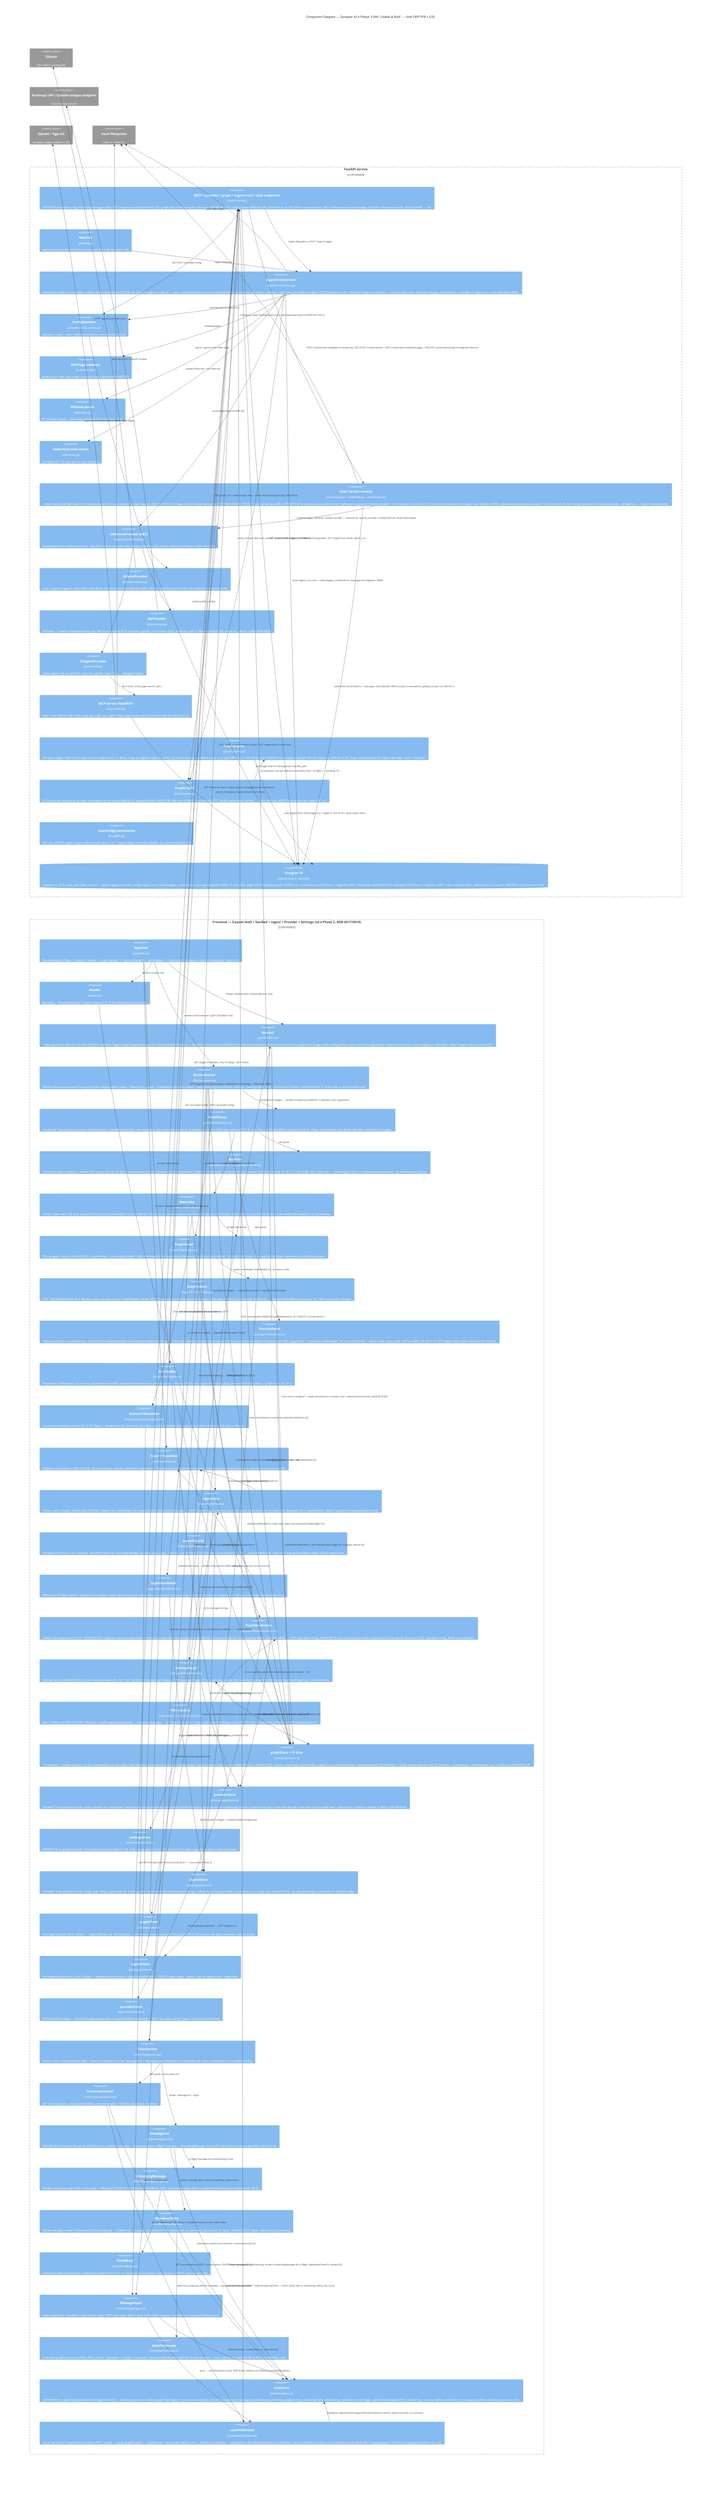
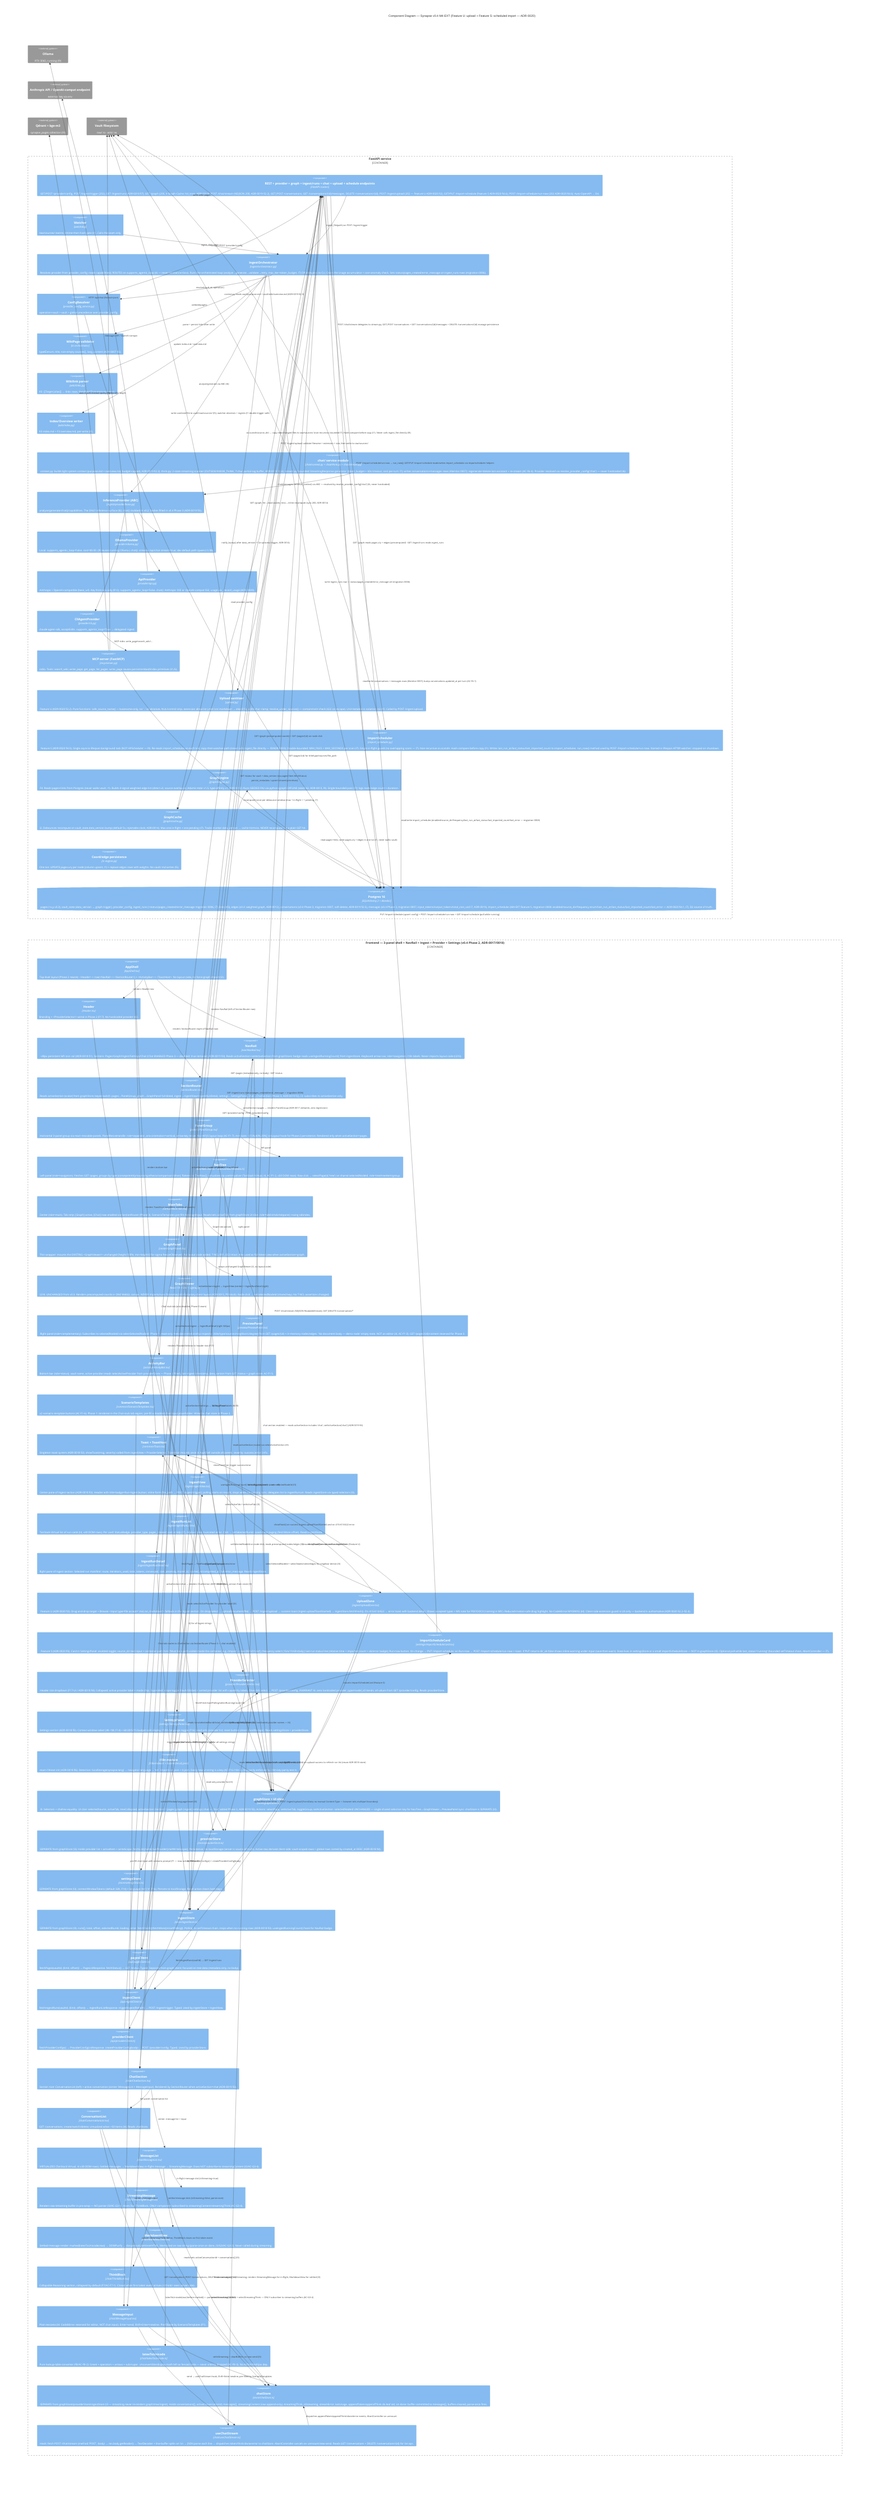
C4Component
-     %% <!-- Generated: v0.4 sprint 4 Phase 3 | 2026-06-28 -->
+     %% <!-- Generated: v0.4 sprint 4 M4-EXT | 2026-06-28 -->
    %% v0.3: F4 graph engine + I2 cache + GET /graph + thin sigma viewer (ADR-0013/14/15/16).
    %% v0.4 Phase 1: F1 three-panel shell (ADR-0017). AppShell wraps all panels; GraphPanel
    %% wraps the UNCHANGED GraphViewer (T-NCL-001..022 intact, I2); NavTree + PreviewPanel
    %% share the single selectedNodeId key via graphStore UI slice (I3); all long lists
    %% virtualized (TanStack Virtual, I4); no client-side layout code added (I2).
    %% v0.4 Phase 2 (ADR-0018): NavRail top-level mode switcher + SectionRouter; IngestView
    %% + IngestRunList + IngestRunDetail (GET /ingest/runs + POST /ingest/trigger);
    %% ProviderSelector (F17-UI); SettingsPanel (F14+F16); Toast; i18n module;
    %% providerStore + settingsStore + ingestStore (separate from graphStore — I3).
    %% Backend: migration 0006 adds status/pages_created/error_message to ingest_runs.
    %% v0.4 Phase 3 (ADR-0019): Chat section enabled. Backend: chat/ module (context.py +
    %% think.py + stream.py); POST /chat/stream (NDJSON StreamingResponse); GET|POST
    %% /conversations + GET /conversations/{id}/messages + DELETE /conversations/{id};
    %% Alembic 0007 adds conversations+messages tables (I7 per-message cost cols). OllamaProvider
    %% and ApiProvider chat() bodies implemented (OllamaProvider is the live dev path).
    %% CliAgentProvider.chat() remains NotImplementedError (documented, not faked — ADR-0019 §5).
    %% Frontend: ChatSection (SectionRouter activeSection=chat), ConversationList, MessageList
    %% (TanStack Virtual ≤30 DOM I4), StreamingMessage (raw pre-wrap NO parser I3),
    %% MarkdownView (parse-once on done — I3/G3), ThinkBlock (collapsed F7), MessageInput
    %% (plain textarea I4), latexToUnicode (F8), chatStore (SEPARATE from graphStore — I3),
    %% useChatStream hook (fetch POST /chat/stream NDJSON ReadableStream). NavRail chat item
    %% ENABLED; Section type gains "chat"; graphStore.activeSection can now = "chat".
-     title Component Diagram — Synapse v0.4 Phase 3 (M4 "Usable & fluid" — chat F6/F7/F8 + G3)
+     %% v0.4 M4-EXT (ADR-0020): Feature U + Feature S. Backend: POST /ingest/upload (multipart,
+     %% 202, basename-only sanitizer, text/markdown only v0.4, 413/415/422 gates — upload.py);
+     %% import_schedules table (Alembic 0008: enabled/source_dir/frequency/last_run_at/
+     %% last_status/last_imported_count/last_error); ImportScheduler (asyncio lifespan task,
+     %% NOT APScheduler — I9; single in-flight, MAX_FILES+MAX_SECONDS — I7; copy→watcher ingest
+     %% — I1/I9); GET/PUT /import-schedule + POST /import-schedule/run-now.
+     %% Frontend: UploadZone in IngestView (drag-drop + browse; 415/413/422 toasts; run-list
+     %% refresh); ImportScheduleCard in SettingsPanel (enabled toggle, source_dir container-path
+     %% input + dir_ok warning, frequency select, last-run status, Run-now button). i18n en/it
+     %% parity (ingest.upload* + settings.import.* namespaces).
+     title Component Diagram — Synapse v0.4 M4-EXT (Feature U: upload + Feature S: scheduled import — ADR-0020)

    Container_Boundary(api, "FastAPI service") {
-         Component(rest, "REST + provider + graph + ingest/runs + chat endpoints", "FastAPI routers", "GET/POST /provider/config, POST /ingest/trigger (202), GET /ingest/runs (ADR-0018 §7), GET /graph (200, X-Graph-Cache: hit|miss, ADR-0014), POST /chat/stream (NDJSON 200, ADR-0019 §2.2), GET|POST /conversations, GET /conversations/{id}/messages, DELETE /conversations/{id}. Auto OpenAPI → D4.")
+         Component(rest, "REST + provider + graph + ingest/runs + chat + upload + schedule endpoints", "FastAPI routers", "GET/POST /provider/config, POST /ingest/trigger (202), GET /ingest/runs (ADR-0018 §7), GET /graph (200, X-Graph-Cache: hit|miss, ADR-0014), POST /chat/stream (NDJSON 200, ADR-0019 §2.2), GET|POST /conversations, GET /conversations/{id}/messages, DELETE /conversations/{id}, POST /ingest/upload (202 — Feature U ADR-0020 §2), GET/PUT /import-schedule (Feature S ADR-0020 §4.6), POST /import-schedule/run-now (202 ADR-0020 §4.6). Auto OpenAPI → D4.")
        Component(watcher, "Watcher", "watchdog", "raw/sources/ events; mtime-then-hash gate (I1). Calls the seam only.")
        Component(orch, "IngestOrchestrator", "ingest/orchestrator.py", "Resolves provider from provider_config; reads capabilities(); ROUTES on supports_agentic_loop (I6 — never isinstance/class). Runs the orchestrated loop (analyze→generate→validate→retry, max_iter+token_budget, I7) OR delegates to CLI. Owns the Usage accumulator + cost-anomaly check. Sets status/pages_created/error_message on ingest_runs rows (migration 0006).")
        Component(resolver, "ConfigResolver", "provider_config_service.py", "operation+vault > vault > global precedence over provider_config.")
        Component(validator, "WikiPage validator", "in orchestrator", "type∈enum, title, non-empty sources[], lang, content (ADR-0007 §5).")
        Component(k5, "Wikilink parser", "wiki/links.py", "K5: [[Target|alias]] → links rows; dangling=True warn-not-error.")
        Component(k3, "Index/Overview writer", "wiki/index.py", "K3 index.md + F3 overview.md, per-write (I1).")
        Component(chatmod, "chat/ service module", "chat/context.py + chat/think.py + chat/stream.py", "context.py: builds light system context (purpose.md + overview.md, budget-capped, ADR-0019 §2.3). think.py: 2-state streaming scanner (OUTSIDE/INSIDE_THINK, 7-char partial-tag buffer, ADR-0019 §2.4). stream.py: bounded StreamingResponse generator (token_budget + 60s timeout, cost per-turn I7); writes conversations+messages rows (Alembic 0007); regenerate=delete-last-assistant + re-stream (AC-F6-4). Provider resolved via resolve_provider_config('chat') — never hardcoded (I6).")
        Component(prov, "InferenceProvider (ABC)", "ingest/provider/base.py", "analyze/generate/chat()/capabilities. The ONLY inference surface (I6). chat() stubbed in v0.2; bodies filled in v0.4 Phase 3 (ADR-0019 §5).")
        Component(ollama, "OllamaProvider", "provider/ollama.py", "Local. supports_agentic_loop=False. cost=$0.00. (I9 reuses running Ollama.) chat(): streams /api/chat stream=true; dev default path (qwen2.5:3b).")
        Component(apip, "ApiProvider", "provider/api.py", "Anthropic / OpenAI-compatible (base_url). Key from env only (§12). supports_agentic_loop=False. chat(): Anthropic SSE or OpenAI-compat SSE; usage via _record_usage (ADR-0009).")
        Component(clip, "CliAgentProvider", "provider/cli.py", "claude-agent-sdk, acceptEdits. supports_agentic_loop=True → delegated ingest.")
        Component(mcp, "MCP server (FastMCP)", "mcp/server.py", "stdio. Tools: search_wiki, write_page, get_page, list_pages. write_page reuses persist/embed/index primitives (I1,I5).")
+         Component(uploadsanitizer, "Upload sanitizer", "upload.py", "Feature U (ADR-0020 §2.2). Pure functions: safe_source_name() — basename-only, no '..' or absolute, NUL/control strip, extension allow-list (.md/.txt/.markdown → else 415), ≤200-char clamp; resolve_under_sources() — containment-check (422 on escape). Unit-testable in isolation; no I/O. Called by POST /ingest/upload.")
+         Component(importscheduler, "ImportScheduler", "import_scheduler.py", "Feature S (ADR-0020 §4.5). Single asyncio lifespan background task (NOT APScheduler — I9). Re-reads import_schedules on each tick; copy-then-watcher path (never calls ingest_file directly — I9/ADR-0003). Double-bounded: MAX_FILES + MAX_SECONDS per scan (I7). Single in-flight guard (no overlapping scans — I7). Non-recursive os.scandir. Hash-compare before copy (I1). Writes last_run_at/last_status/last_imported_count to import_schedules. run_now() method used by POST /import-schedule/run-now. Started in lifespan AFTER watcher; stopped on shutdown.")
        Component(gengine, "GraphEngine", "graph/engine.py", "F4. Reads pages+links from Postgres (never walks vault, I1). Builds 4-signal weighted edge list (direct x3, source-overlap x4, Adamic-Adar x1.5, type-affinity x1; ADR-0012). Runs SEEDED FA2 via python-igraph OFFLINE (seed=42, ADR-0013, I9). Single bounded pass (I7); logs node/edge count + duration.")
        Component(gcache, "GraphCache", "graph/cache.py", "I2. Debounces recompute on vault_state.data_version bump (default 5s, injectable clock; ADR-0014). Max one in-flight + one pending (I7). Tracks marker data_version → cache hit/miss. NEVER recomputes on a plain GET hit.")
        Component(gpersist, "Coord/edge persistence", "in engine.py", "One txn: UPDATE pages.x/y per node (column upsert, I1) + replace edges rows with weights. No vault/.md writes (I5).")
-         ComponentDb(pg, "Postgres 16", "SQLAlchemy 2 + Alembic", "pages (+x,y v0.3), vault_state (data_version → graph trigger), provider_config, ingest_runs (+status/pages_created/error_message migration 0006, I7), links (K5), edges (v0.3: weighted graph, ADR-0012), conversations (v0.4 Phase 3, migration 0007, soft-delete, ADR-0019 §2.5), messages (v0.4 Phase 3, migration 0007, input_tokens/output_tokens/total_cost_usd I7, ADR-0019). D2 source of truth.")
+         ComponentDb(pg, "Postgres 16", "SQLAlchemy 2 + Alembic", "pages (+x,y v0.3), vault_state (data_version → graph trigger), provider_config, ingest_runs (+status/pages_created/error_message migration 0006, I7), links (K5), edges (v0.3: weighted graph, ADR-0012), conversations (v0.4 Phase 3, migration 0007, soft-delete, ADR-0019 §2.5), messages (v0.4 Phase 3, migration 0007, input_tokens/output_tokens/total_cost_usd I7, ADR-0019), import_schedules (M4-EXT Feature S, migration 0008: enabled/source_dir/frequency enum/last_run_at/last_status/last_imported_count/last_error — ADR-0020 §4.1, I7). D2 source of truth.")
    }

    Container_Boundary(fe, "Frontend — 3-panel shell + NavRail + Ingest + Provider + Settings (v0.4 Phase 2, ADR-0017/0018)") {
        Component(appshell, "AppShell", "AppShell.tsx", "Top-level layout (Phase 2 rewire): <Header> + row(<NavRail> + <SectionRouter>) + <ActivityBar> + <ToastHost>. No layout code, no force-graph import (I2).")
        Component(header, "Header", "Header.tsx", "Branding + <ProviderSelector/> wired in Phase 2 (F17). No hardcoded provider (I6).")
        Component(navrail, "NavRail", "nav/NavRail.tsx", "~48px persistent left icon rail (ADR-0018 §1). Sections: Pages/Graph/Ingest/Settings/Chat (Chat ENABLED Phase 3 — disabled: true removed, ADR-0019 §3). Reads activeSection+setActiveSection from graphStore; badge reads useIngestRunningCount() from ingestStore. Keyboard arrow nav; role=navigation; i18n labels. Never imports layout code (I2/I3).")
        Component(sectionrouter, "SectionRouter", "SectionRouter.tsx", "Reads activeSection (scalar) from graphStore; keyed switch: pages→PanelGroup, graph→GraphPanel full-bleed, ingest→IngestView+IngestRunDetail, settings→SettingsPanel, chat→ChatSection (Phase 3, ADR-0019 §3). I3: subscribes to activeSection only.")
        Component(panelgroup, "PanelGroup", "panels/PanelGroup.tsx", "Horizontal 3-panel group via react-resizable-panels. PanelResizeHandle: role=separator, aria-orientation=vertical, arrow-key resize. No rAF/JS layout loop (AC-F1-7). min sizes ~[15%,40%,20%]; onLayout hook for Phase-2 persistence. Rendered only when activeSection=pages.")
        Component(navtree, "NavTree", "nav/NavTree.tsx + nav/useNavTreeData.ts", "Left panel (role=navigation). Fetches GET /pages; groups by type (concept/entity/source/synthesis/comparison/other); flattens to TreeRow[]; virtualizes via useVirtualizer (TanStack Virtual, I4, AC-F1-2, ≤50 DOM rows). Row click → selectPage(id,'tree') on shared selectedNodeId. role=tree/treeitem/group.")
        Component(maintabs, "MainTabs", "center/MainTabs.tsx", "Center (role=main). Tab strip: [Graph] active, [Chat] now enabled via SectionRouter (Phase 3). ScenarioTemplates pre-fills MessageInput. Reads/sets activeTab from graphStore UI slice. role=tablist/tab/tabpanel; roving tabindex.")
        Component(graphpanel, "GraphPanel", "center/GraphPanel.tsx", "Thin wrapper: mounts the EXISTING <GraphViewer/> unchanged (height:100%; min-height:0 for sigma ResizeObserver). No layout code added. T-NCL-001..022 intact. Also used as full-bleed view when activeSection=graph.")
        Component(viewer, "GraphViewer", "React 19 + Vite + sigma.js", "I2/I4. UNCHANGED from v0.3. Renders precomputed coords in ONE WebGL canvas. NEVER imports/runs forceatlas2/d3-force/any client layout (ADR-0015, P0 block). Node click → setSelectedNodeId (shared key). No T-NCL assertions changed.")
        Component(previewpanel, "PreviewPanel", "preview/PreviewPanel.tsx", "Right panel (role=complementary). Subscribes to selectedNodeId via selectSelectedNodeId. Phase 1: read-only metadata+relationship inspector (title/type/sources/neighbors/degree) from GET /pages/{id} + in-memory nodes/edges. 'No document body — demo node' empty state. NOT an editor (I4, AC-F1-3). GET /pages/{id}/content reserved for Phase 3.")
        Component(activitybar, "ActivityBar", "activity/ActivityBar.tsx", "Bottom bar (role=status). vault name, active provider (reads selectActiveProvider from providerStore — Phase 2 filled), last-ingest timestamp, data_version from GET /status + graph store. AC-F1-5.")
        Component(scenariotemplates, "ScenarioTemplates", "common/ScenarioTemplates.tsx", "≥2 scenario template buttons (AC-F1-6). Phase 1: rendered in the Chat-stub tab region; pre-fill a disabled chat-input placeholder. Wired to chat store in Phase 3.")
        Component(toast, "Toast + ToastHost", "common/Toast.tsx", "Singleton toast system (ADR-0018 §3). showToast(msg, severity) called from IngestView + ProviderSelector. ToastHost mounts once in AppShell outside all panels. severity: success|error|info.")
        Component(ingestview, "IngestView", "ingest/IngestView.tsx", "Center pane of Ingest section (ADR-0018 §3). Header with title+badge+Run-Ingest button; inline form (file_path → POST /ingest/trigger); polling starts on mount, stops when no running runs; delegates list to IngestRunList. Reads ingestStore via typed selectors (I3).")
        Component(ingestrunlist, "IngestRunList", "ingest/IngestRunList.tsx", "TanStack-Virtual list of run cards (I4, ≤40 DOM rows). Per card: StatusBadge, provider_type, pages_created, cost at 4dp (I7), relative time, truncated error. Click → setSelectedRunId. Load-more paging (fetchMore offset). Reads ingestStore.")
        Component(ingestrundetail, "IngestRunDetail", "ingest/IngestRunDetail.tsx", "Right pane of Ingest section. Selected run manifest: route, iterations_used, total_tokens, converged, cost_anomaly, model_id, started_at/completed_at, full error_message. Reads ingestStore.")
+         Component(uploadzone, "UploadZone", "ingest/UploadZone.tsx", "Feature U (ADR-0020 §3). Drag-and-drop target + Browse <input type=file accept='.md,.txt,.markdown'> fallback in the Ingest section. On drop/select → uploadDocument(file) → POST /ingest/upload → success toast (ingest.uploadToastStarted) → ingestStore.fetchFresh(). On 415/413/422 → error toast with backend detail. Shows accepted types + M5 note for PDF/DOCX ('coming in M5'). Reduced-motion-safe drag highlight. No CodeMirror/WYSIWYG (I4). Client-side extension guard is UX only — backend is authoritative (ADR-0020 §2.2–§2.4).")
+         Component(importschedulecard, "ImportScheduleCard", "settings/ImportScheduleCard.tsx", "Feature S (ADR-0020 §5). Card in SettingsPanel: enabled toggle; source_dir text input + container-path hint ('Must be a path visible inside the container, e.g. /import — see DEPLOY.md'); frequency select (15m/1h/6h/daily); last-run status line (relative time + imported count + ok/error badge); Run-now button. On change → PUT /import-schedule; on Run-now → POST /import-schedule/run-now + toast. If PUT returns dir_ok:false shows inline warning under input (save-then-warn). State lives in settingsStore or a small importScheduleStore — NOT in graphStore (I3). Optional poll while last_status='running' (bounded setTimeout chain, AbortController — I7).")
        Component(providerselector, "ProviderSelector", "provider/ProviderSelector.tsx", "Header slot dropdown (F17-UI / ADR-0018 §4). Collapsed: active provider label + mode chip. Expanded: scope toggle (Vault/Global) + sorted provider list with capability labels. One-click select → POST /provider/config. INVARIANT I6: zero hardcoded provider_type/model_id literals; all values from GET /provider/config. Reads providerStore.")
        Component(settingspanel, "SettingsPanel", "settings/SettingsPanel.tsx", "Settings section (ADR-0018 §5). Context window select (4K–1M, F14) + 60/20/5/15 budget split display; IT/EN language toggle (F16); read-only provider list; reset button (clears localStorage). Reads settingsStore + providerStore.")
        Component(i18nmod, "i18n module", "i18n/index.ts + locales/{en,it}.json", "react-i18next init (ADR-0018 §6). Detection: localStorage(synapse.lang) → navigator.language → 'en'. Imports en.json + it.json. Every new UI string is a key (AC-F16-i18n-2). Key parity enforced by i18n-key-parity.test.ts.")
        Component(gstore, "graphStore + UI slice", "store/graphStore.ts", "I3. Selectors + shallow equality. UI slice: selectedSource, activeTab, treeCollapsed, activeSection (Section = pages|graph|ingest|settings|chat — 'chat' added Phase 3, ADR-0019 §3). Actions: selectPage, setActiveTab, toggleGroup, setActiveSection. selectedNodeId UNCHANGED — single shared selection key for NavTree↔GraphViewer↔PreviewPanel sync. chatStore is SEPARATE (I3).")
        Component(providerstore, "providerStore", "store/providerStore.ts", "SEPARATE from graphStore (I3). Holds provider list + activeItem + writeScope. fetchList()/setActiveProvider()/setWriteScope(). Persistence: no localStorage (server is source of truth). Active row derived client-side: vault-scoped rows > global rows sorted by created_at DESC (ADR-0018 §4).")
        Component(settingsstore, "settingsStore", "store/settingsStore.ts", "SEPARATE from graphStore (I3). contextWindowTokens (default 32K, F14) + language ('en'|'it', F16). Persists to localStorage. Reset action clears both keys.")
        Component(ingeststore, "ingestStore", "store/ingestStore.ts", "SEPARATE from graphStore (I3). runs[], total, offset, selectedRunId, loading, error. fetchFresh()/fetchMore()/startPolling(). Polling: 5s setTimeout chain, stops when no running rows (ADR-0018 §3). useIngestRunningCount() hook for NavRail badge.")
        Component(pagesclient, "pagesClient", "api/pagesClient.ts", "fetchPages(vaultId, {limit, offset}) → PageListResponse. fetchStatus() → GET /status. Typed. Separate from graph client; focused on tree data (metadata only, no body).")
        Component(ingestclient, "ingestClient", "api/ingestClient.ts", "fetchIngestRuns(vaultId, {limit, offset}) → IngestRunListResponse. triggerIngest(filePath) → POST /ingest/trigger. Typed. Used by ingestStore + IngestView.")
        Component(providerclient, "providerClient", "api/providerClient.ts", "fetchProviderConfigs() → ProviderConfigListResponse. createProviderConfig(body) → POST /provider/config. Typed. Used by providerStore.")

        %% v0.4 Phase 3 — F6/F7/F8 chat components (ADR-0019)
        Component(chatsection, "ChatSection", "chat/ChatSection.tsx", "Section root: ConversationList (left) + active conversation (center: MessageList + MessageInput). Rendered by SectionRouter when activeSection=chat (ADR-0019 §3).")
        Component(convlist, "ConversationList", "chat/ConversationList.tsx", "GET /conversations; create/switch/delete; virtualized when >50 items (I4). Reads chatStore.")
        Component(msglist, "MessageList", "chat/MessageList.tsx", "VIRTUALIZED (TanStack Virtual, I4 ≤30 DOM rows). Settled messages → MarkdownView; in-flight message → StreamingMessage. Does NOT subscribe to streamingContent (I3/AC-G3-4).")
        Component(streamingmsg, "StreamingMessage", "chat/StreamingMessage.tsx", "Renders raw streaming buffer in pre-wrap — NO parser (I3/AC-G3-1). Hosts live ThinkBlock. ONLY component subscribed to streamingContent/streamingThink (AC-G3-4).")
        Component(markdownview, "MarkdownView", "chat/MarkdownView.tsx", "Settled-message render: marked(latexToUnicode(raw)) → DOMPurify → dangerouslySetInnerHTML. Memoized on raw string (parse-once on done, I3/G3/AC-G3-2). Never called during streaming.")
        Component(thinkblock, "ThinkBlock", "chat/ThinkBlock.tsx", "Collapsible Reasoning section, collapsed by default (F7/AC-F7-1). Closed when first token event arrives (</think> seen server-side).")
        Component(msginput, "MessageInput", "chat/MessageInput.tsx", "Plain textarea (I4: CodeMirror reserved for editor, NOT chat input). Enter=send, Shift+Enter=newline. Pre-fillable by ScenarioTemplates (F1).")
        Component(latex, "latexToUnicode", "chat/latexToUnicode.ts", "Pure lookup-table converter (F8/AC-F8-2): Greek + operators + arrows + sub/super. Unconvertible/display math left as fenced code — never silently dropped (AC-F8-3). No KaTeX/MathJax dep.")
        Component(chatstore, "chatStore", "store/chatStore.ts", "SEPARATE from graphStore/providerStore/ingestStore (I3 — streaming never re-renders graph/tree/ingest). Holds conversations[], activeConversationId, messages[], streamingContent (raw append-only), streamingThink, isStreaming, streamError, lastUsage. appendToken/appendThink do leaf set; on done: buffer committed to messages[], buffers cleared, parse-once fires.")
        Component(chatclient, "useChatStream", "chat/useChatStream.ts", "Hook: fetch POST /chat/stream {method:'POST', body} → res.body.getReader() → TextDecoder + line-buffer splits on \\n → JSON.parse each line → dispatches token/think/done/error to chatStore. AbortController cancels on unmount/new-send. Reads GET /conversations + DELETE /conversations/{id} for list ops.")
    }

    System_Ext(ollamasvc, "Ollama", "RTX 3060, running (I9)")
    System_Ext(anthropic, "Anthropic API / OpenAI-compat endpoint", "external; key via env")
    System_Ext(qdrant, "Qdrant + bge-m3", "synapse_pages collection (I9)")
    System_Ext(vaultfs, "Vault filesystem", "raw/ ro · wiki/ rw")

    Rel(watcher, orch, "ingest_file(path)")
    Rel(rest, orch, "ingest_file(path) on POST /ingest/trigger")
    Rel(rest, resolver, "GET/POST /provider/config")
    Rel(orch, resolver, "resolve(vault_id, operation)")
    Rel(resolver, pg, "read provider_config")
    Rel(orch, prov, "analyze/generate via ABC (I6)")
    Rel(orch, validator, "validate(pages)")
    Rel(orch, k5, "parse + persist links after write")
    Rel(orch, k3, "update index.md / overview.md")
    Rel(orch, pg, "write ingest_runs row — status/pages_created/error_message set (migration 0006)")
    Rel(prov, ollama, "")
    Rel(prov, apip, "")
    Rel(prov, clip, "")
    Rel(ollama, ollamasvc, "HTTP /api/chat (format=json)")
    Rel(apip, anthropic, "Messages API / OpenAI-compat")
    Rel(clip, mcp, "MCP stdio: write_page/search_wiki/...")
    Rel(mcp, pg, "persist_metadata / upsert (shared primitives)")
    Rel(mcp, qdrant, "search_wiki embed+query (I9)")
    Rel(orch, vaultfs, "write wiki/ pages")
    Rel(mcp, vaultfs, "write wiki/ pages")

    %% v0.3 F4 graph relations
    Rel(orch, gcache, "notify_bump() after data_version +1 (in-process trigger, ADR-0014)")
    Rel(gcache, gengine, "recompute() once per debounce window (max 1 in-flight + 1 pending, I7)")
    Rel(gengine, pg, "read pages+links; write pages.x/y + edges in one txn (I1, never walks vault)")
    Rel(rest, gcache, "GET /graph: hit→read coords; miss→inline recompute (sync 200, ADR-0014)")
    Rel(rest, pg, "GET /graph reads pages.x/y + edges (precomputed) · GET /ingest/runs reads ingest_runs")
    Rel(viewer, rest, "GET /graph (precomputed coords) + GET /pages/{id} on node click")
    Rel(viewer, gstore, "setSelectedNodeId on node click; reads precomputed nodes/edges (I3)")

    %% v0.4 Phase 1 — F1 shell relations (ADR-0017)
    Rel(appshell, header, "renders Header row")
    Rel(appshell, navrail, "renders NavRail (left of SectionRouter row)")
    Rel(appshell, sectionrouter, "renders SectionRouter (right of NavRail row)")
    Rel(appshell, activitybar, "renders bottom bar")
    Rel(appshell, toast, "renders ToastHost (singleton, outside all panels)")
    Rel(sectionrouter, panelgroup, "activeSection=pages → renders PanelGroup (ADR-0017 verbatim, zero regression)")
    Rel(sectionrouter, graphpanel, "activeSection=graph → full-bleed GraphPanel")
    Rel(sectionrouter, ingestview, "activeSection=ingest → IngestView (center) + IngestRunDetail (right)")
    Rel(sectionrouter, ingestrundetail, "activeSection=ingest → IngestRunDetail (right 320px)")
    Rel(sectionrouter, settingspanel, "activeSection=settings → SettingsPanel")
    Rel(sectionrouter, gstore, "reads activeSection (scalar) via selectActiveSection (I3)")
    Rel(panelgroup, navtree, "left panel")
    Rel(panelgroup, maintabs, "center panel")
    Rel(panelgroup, previewpanel, "right panel")
    Rel(maintabs, graphpanel, "Graph tab (active)")
    Rel(maintabs, scenariotemplates, "Chat stub tab (aria-disabled, Phase-3 seam)")
    Rel(graphpanel, viewer, "wraps unchanged GraphViewer (I2, no layout code)")
    Rel(navtree, pagesclient, "fetchPages → TreeRow[] grouped by type")
    Rel(pagesclient, rest, "GET /pages (metadata only, no body) · GET /status")
    Rel(navtree, gstore, "selectPage(id,'tree') → sets selectedNodeId (I3)")
    Rel(previewpanel, gstore, "selectSelectedNodeId + selectNodes/selectEdges for neighbor derive (I3)")
    Rel(previewpanel, rest, "GET /pages/{id} for title/type/sources/file_path")
    Rel(activitybar, rest, "GET /status for vault + data_version (via pagesClient.fetchStatus)")
    Rel(activitybar, gstore, "reads data_version from store (I3)")
    Rel(activitybar, providerstore, "reads selectActiveProvider for provider label (I3)")
    Rel(maintabs, gstore, "selectActiveTab / setActiveTab (I3)")

    %% v0.4 Phase 2 — ADR-0018 relations
    Rel(navrail, gstore, "reads activeSection + setActiveSection (I3); badge from ingestStore")
    Rel(navrail, ingeststore, "useIngestRunningCount() for badge (separate store — I3)")
    Rel(header, providerselector, "renders ProviderSelector in header slot (F17)")
    Rel(providerselector, providerstore, "reads list/activeItem/writeScope; calls setActiveProvider (I3)")
    Rel(providerselector, providerclient, "fetchProviderConfigs() + createProviderConfig(body)")
    Rel(providerclient, rest, "GET /provider/config · POST /provider/config")
    Rel(providerselector, toast, "showToast() on success/error")
    Rel(ingestview, ingeststore, "fetchFresh/startPolling/selectRunningCount (I3)")
    Rel(ingestview, ingestclient, "triggerIngest(filePath) → POST /ingest/trigger")
    Rel(ingestview, toast, "showToast() on trigger success/error")
    Rel(ingestrunlist, ingeststore, "reads runs/selectedRunId/total; setSelectedRunId; fetchMore (I3)")
    Rel(ingestrundetail, ingeststore, "reads runs + selectedRunId (I3)")
    Rel(ingeststore, ingestclient, "fetchIngestRuns(vaultId) → GET /ingest/runs")
    Rel(ingestclient, rest, "GET /ingest/runs (status/pages_created/error_message — migration 0006)")
    Rel(settingspanel, settingsstore, "contextWindow/language/reset (I3)")
    Rel(settingspanel, providerstore, "read-only provider list (I3)")
    Rel(settingspanel, gstore, "selectVaultId for provider fetch scoping (I3)")
    Rel(i18nmod, navrail, "t() for all nav labels (I6/I3)")
    Rel(i18nmod, ingestview, "t() for all ingest strings")
    Rel(i18nmod, providerselector, "t() for capability labels (no hardcoded provider names — I6)")
    Rel(i18nmod, settingspanel, "t() for all settings strings")

    %% v0.4 Phase 3 — backend chat relations (ADR-0019)
    Rel(rest, chatmod, "POST /chat/stream delegates to stream.py; GET|POST /conversations + GET /conversations/{id}/messages + DELETE /conversations/{id} manage persistence")
    Rel(chatmod, prov, "chat(messages, retrieval_context) via ABC — resolved by resolve_provider_config('chat') (I6, never hardcoded)")
    Rel(chatmod, pg, "read/write conversations + messages rows (Alembic 0007); bump conversations.updated_at per turn (AC-F6-1)")
    Rel(chatmod, vaultfs, "context.py reads vault/purpose.md + vault/wiki/overview.md (ADR-0019 §2.3)")

    %% v0.4 Phase 3 — frontend chat relations (ADR-0019)
    Rel(navrail, gstore, "chat section enabled — reads activeSection includes 'chat'; setActiveSection('chat') (ADR-0019 §3)")
    Rel(sectionrouter, chatsection, "activeSection=chat → renders ChatSection (ADR-0019 §3)")
    Rel(chatsection, convlist, "left panel: conversation list")
    Rel(chatsection, msglist, "center: message list + input")
    Rel(chatsection, msginput, "center: message input")
    Rel(convlist, chatclient, "GET /conversations, POST /conversations, DELETE /conversations/{id}")
    Rel(convlist, chatstore, "reads/sets activeConversationId + conversations[] (I3)")
    Rel(msglist, chatstore, "reads messages[] + isStreaming; renders StreamingMessage for in-flight, MarkdownView for settled (I3)")
    Rel(msglist, streamingmsg, "in-flight message slot (isStreaming=true)")
    Rel(msglist, markdownview, "settled message slots (isStreaming=false, parse-once)")
    Rel(streamingmsg, chatstore, "selectStreamingContent + selectStreamingThink — ONLY subscriber to streaming buffers (AC-G3-4)")
    Rel(streamingmsg, thinkblock, "passes streamingThink deltas; ThinkBlock closes on first token event")
    Rel(markdownview, latex, "latexToUnicode(raw) before marked() — parse-once on done (I3/G3)")
    Rel(msginput, chatclient, "send → useChatStream hook; Shift+Enter newline; pre-filled by ScenarioTemplates")
    Rel(msginput, chatstore, "setIsStreaming + clearBuffers on new send (I3)")
    Rel(chatclient, rest, "POST /chat/stream (NDJSON ReadableStream); GET|DELETE /conversations*")
    Rel(chatclient, chatstore, "dispatches appendToken/appendThink/done/error events; AbortController on unmount")
    Rel(scenariotemplates, msginput, "pre-fill chat input with scenario prompt (F1 — now active, Phase 3)")
    Rel(maintabs, chatsection, "Chat tab routes to ChatSection via SectionRouter (Phase 3 — chat enabled)")

+     %% v0.4 M4-EXT — Feature U + Feature S relations (ADR-0020)
+     Rel(rest, uploadsanitizer, "POST /ingest/upload: validate filename + extension + size, then write to raw/sources/")
+     Rel(uploadsanitizer, vaultfs, "write sanitized file to vault/raw/sources/ (I5); watcher observes + ingests (I1 double-trigger safe)")
+     Rel(rest, importscheduler, "POST /import-schedule/run-now → run_now(); GET/PUT /import-schedule reads/writes import_schedules via importscheduler helpers")
+     Rel(importscheduler, pg, "read/write import_schedules (enabled/source_dir/frequency/last_run_at/last_status/last_imported_count/last_error — migration 0008)")
+     Rel(importscheduler, vaultfs, "os.scandir(source_dir) → copy new/changed files to raw/sources/ (non-recursive, bounded I7). Hash-compare before copy (I1). Never calls ingest_file directly (I9).")
+     %% ImportScheduler copies to raw/sources/; watcher observes the write event and calls ingest_file() via the normal path (I1/I9 — the scheduler never calls ingest_file directly)
+ 
+     Rel(ingestview, uploadzone, "mounts UploadZone above Run-Ingest form (Feature U)")
+     Rel(uploadzone, ingestclient, "uploadDocument(file) → POST /ingest/upload (FormData; no manual Content-Type — browser sets multipart boundary)")
+     Rel(uploadzone, ingeststore, "fetchFresh(vaultId) on upload success to refresh run list (reuse ADR-0018 store)")
+     Rel(uploadzone, toast, "showToast() on success (ingest.uploadToastStarted) and on 415/413/422 error")
+ 
+     Rel(settingspanel, importschedulecard, "mounts ImportScheduleCard (Feature S)")
+     Rel(importschedulecard, rest, "PUT /import-schedule (upsert config) + POST /import-schedule/run-now + GET /import-schedule (poll while running)")
+     Rel(importschedulecard, toast, "showToast() on run-now success/error")
+ 
    UpdateLayoutConfig($c4ShapeInRow="3", $c4BoundaryInRow="1")
